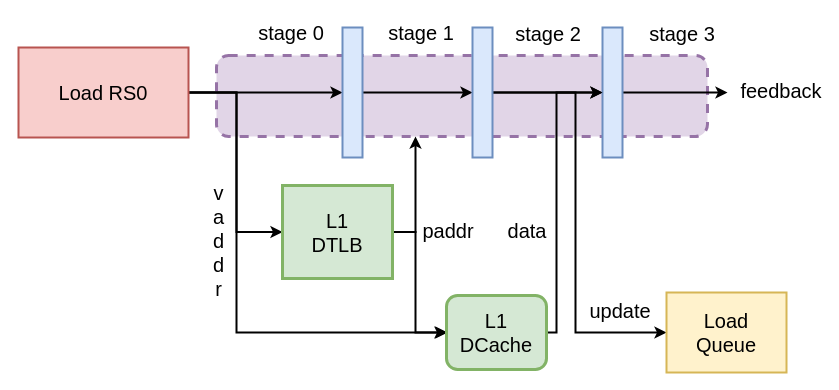
This is DrawIO/LoadPipeLine.drawio from dingiso/TEST_For_Everything, a draw.io file, before an edit. Source tidied: cells renumbered, new cells numbered last; positions are measured from the earlier drawing's top-left corner, leaving out a move shared by most shapes. Both pictures are drawn from the tidied source at 100%, with x=0, y=0 at pixel (18, 17).
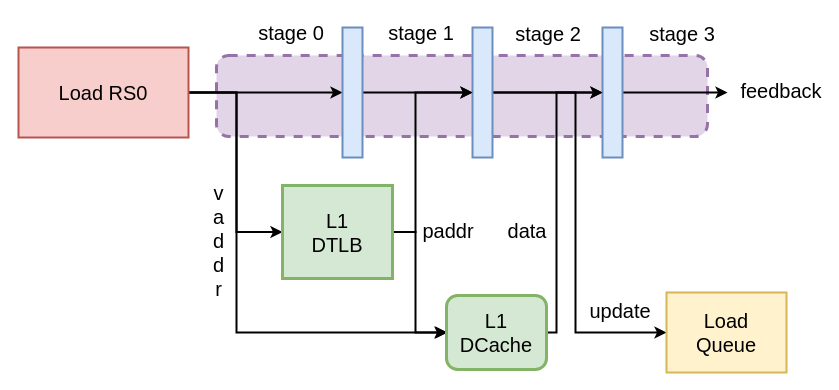
The same diagram, later.

The change refers to these unchanged cells:
```xml
<mxCell id="2" style="rounded=1;whiteSpace=wrap;html=1;dashed=1;fillColor=#e1d5e7;strokeColor=#9673a6;strokeWidth=3;" parent="1" vertex="1">
  <mxGeometry x="198" y="38" width="491" height="81" as="geometry" />
</mxCell>
<mxCell id="11" style="rounded=0;whiteSpace=wrap;html=1;fillColor=#dae8fc;strokeColor=#6c8ebf;strokeWidth=2;" parent="1" vertex="1">
  <mxGeometry x="454" y="10" width="20" height="130" as="geometry" />
</mxCell>
```

What changed in the source:
```diff
@@
-    <mxCell id="14" style="edgeStyle=orthogonalEdgeStyle;rounded=0;jettySize=auto;html=1;strokeWidth=2;fontSize=20;" parent="1" edge="1" target="2">
+    <mxCell id="14" style="edgeStyle=orthogonalEdgeStyle;rounded=0;jettySize=auto;html=1;strokeWidth=2;fontSize=20;entryX=0;entryY=0.5;entryDx=0;entryDy=0;" parent="1" edge="1" target="11">
       <mxGeometry relative="1" as="geometry">
         <mxPoint x="363" y="214.5" as="sourcePoint" />
         <Array as="points">
           <mxPoint x="397" y="215" />
+          <mxPoint x="397" y="75" />
         </Array>
       </mxGeometry>
     </mxCell>
```
